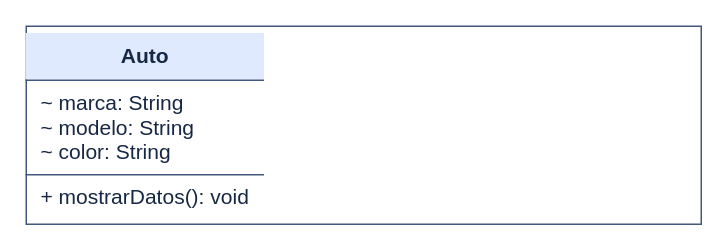
Before: page "3 - Auto" (3 of 8) of UML.drawio in sued2008/Trabajo-Repaso-POO, a draw.io diagram. Source tidied: cells renumbered, new cells numbered last; positions are measured from the earlier drawing's top-left corner, leaving out a move shared by most shapes. Both pictures are drawn from the tidied source at 150%, with x=0, y=0 at pixel (26, 26).
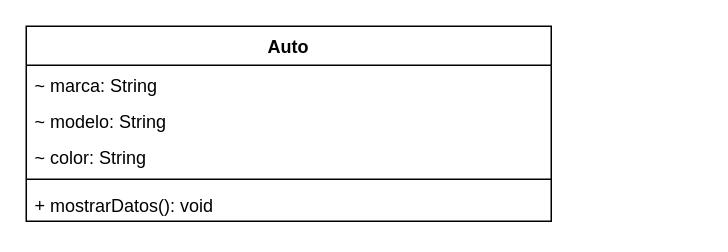
The same diagram, later.

What changed in the source:
```diff
@@
 <mxGraphModel>
   <root>
     <mxCell id="0" />
     <mxCell id="1" parent="0" />
-    <mxCell id="2" value="&lt;div style=&quot;text-align:center;font-weight:bold;padding:7px;background:#e0eaff&quot;&gt;Auto&lt;/div&gt;&lt;div style=&quot;border-top:1px solid #42577d;padding:6px 10px;text-align:left&quot;&gt;~ marca: String&lt;br&gt;~ modelo: String&lt;br&gt;~ color: String&lt;/div&gt;&lt;div style=&quot;border-top:1px solid #42577d;padding:6px 10px;text-align:left&quot;&gt;+ mostrarDatos(): void&lt;/div&gt;" style="text;html=1;whiteSpace=wrap;strokeColor=#42577d;fillColor=#ffffff;fontColor=#172844;align=left;verticalAlign=top;spacing=0;fontSize=14;" parent="1" vertex="1">
-      <mxGeometry width="450" height="132" as="geometry" />
+    <mxCell id="2" value="Auto" style="swimlane;fontStyle=1;align=center;verticalAlign=top;horizontal=1;startSize=26;whiteSpace=wrap;html=1;" parent="1" vertex="1">
+      <mxGeometry width="350" height="130" as="geometry" />
     </mxCell>
+    <mxCell id="3" value="~ marca: String" style="text;strokeColor=none;fillColor=none;align=left;verticalAlign=top;spacingLeft=4;spacingRight=4;overflow=hidden;whiteSpace=wrap;html=1;" parent="2" vertex="1">
+      <mxGeometry y="26" width="350" height="24" as="geometry" />
+    </mxCell>
+    <mxCell id="4" value="~ modelo: String" style="text;strokeColor=none;fillColor=none;align=left;verticalAlign=top;spacingLeft=4;spacingRight=4;overflow=hidden;whiteSpace=wrap;html=1;" parent="2" vertex="1">
+      <mxGeometry y="50" width="350" height="24" as="geometry" />
+    </mxCell>
+    <mxCell id="5" value="~ color: String" style="text;strokeColor=none;fillColor=none;align=left;verticalAlign=top;spacingLeft=4;spacingRight=4;overflow=hidden;whiteSpace=wrap;html=1;" parent="2" vertex="1">
+      <mxGeometry y="74" width="350" height="24" as="geometry" />
+    </mxCell>
+    <mxCell id="6" style="line;strokeWidth=1;fillColor=none;align=left;verticalAlign=middle;spacingTop=-1;spacingLeft=3;spacingRight=3;labelPosition=right;strokeColor=inherit;labelPerimeter=1;" parent="2" vertex="1">
+      <mxGeometry y="98" width="350" height="8" as="geometry" />
+    </mxCell>
+    <mxCell id="7" value="+ mostrarDatos(): void" style="text;strokeColor=none;fillColor=none;align=left;verticalAlign=top;spacingLeft=4;spacingRight=4;overflow=hidden;whiteSpace=wrap;html=1;" parent="2" vertex="1">
+      <mxGeometry y="106" width="350" height="24" as="geometry" />
+    </mxCell>
   </root>
 </mxGraphModel>
```
